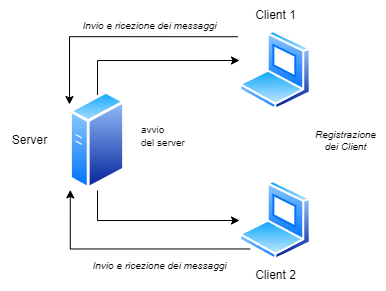
This is chat-client-server.drawio.png from elisayan/Chat-ClientServer-TCP, a draw.io export, as it was before one commit. Source tidied: cells renumbered, new cells last; positions are measured from the earlier drawing's top-left corner, leaving out a move shared by most shapes.
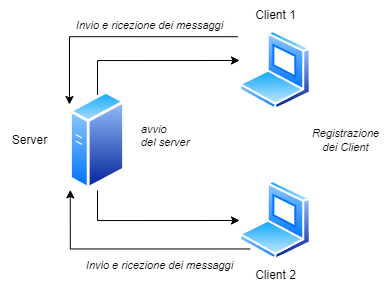
The same diagram one commit later.

The edit, as a diff of the source:
```diff
@@ -48,16 +48,16 @@
     <mxCell id="11" style="edgeStyle=orthogonalEdgeStyle;rounded=0;jettySize=auto;html=1;exitX=0;exitY=1;exitDx=0;exitDy=0;entryX=0.014;entryY=0.994;entryDx=0;entryDy=0;entryPerimeter=0;" parent="1" edge="1" source="7" target="4">
       <mxGeometry relative="1" as="geometry" />
     </mxCell>
-    <mxCell id="12" value="&lt;div style=&quot;font-size: 10px;&quot;&gt;&lt;span style=&quot;background-color: initial; font-size: 10px;&quot;&gt;Registrazione&lt;/span&gt;&lt;br style=&quot;font-size: 10px;&quot;&gt;&lt;/div&gt;&lt;div style=&quot;font-size: 10px;&quot;&gt;dei Client&lt;/div&gt;" style="text;html=1;align=center;verticalAlign=middle;strokeColor=none;fillColor=none;fontStyle=2;fontSize=10;" parent="1" vertex="1">
-      <mxGeometry x="306" y="120" width="80" height="40" as="geometry" />
+    <mxCell id="12" value="&lt;div style=&quot;font-size: 11px;&quot;&gt;&lt;font style=&quot;font-size: 11px;&quot;&gt;&lt;span style=&quot;background-color: initial;&quot;&gt;Registrazione&lt;/span&gt;&lt;br style=&quot;&quot;&gt;&lt;/font&gt;&lt;/div&gt;&lt;div style=&quot;font-size: 11px;&quot;&gt;&lt;font style=&quot;font-size: 11px;&quot;&gt;dei Client&lt;/font&gt;&lt;/div&gt;" style="text;html=1;align=center;verticalAlign=middle;strokeColor=none;fillColor=none;fontStyle=2;fontSize=10;" parent="1" vertex="1">
+      <mxGeometry x="301" y="120" width="90" height="40" as="geometry" />
     </mxCell>
-    <mxCell id="13" value="Invio e ricezione dei messaggi" style="text;html=1;align=center;verticalAlign=middle;strokeColor=none;fillColor=none;fontStyle=2;fontSize=10;" parent="1" vertex="1">
-      <mxGeometry x="70" y="10" width="160" height="30" as="geometry" />
+    <mxCell id="13" value="&lt;font style=&quot;font-size: 11px;&quot;&gt;Invio e ricezione dei messaggi&lt;/font&gt;" style="text;html=1;align=center;verticalAlign=middle;strokeColor=none;fillColor=none;fontStyle=2;fontSize=10;" parent="1" vertex="1">
+      <mxGeometry x="65" y="10" width="170" height="30" as="geometry" />
     </mxCell>
-    <mxCell id="14" value="Invio e ricezione dei messaggi" style="text;html=1;align=center;verticalAlign=middle;strokeColor=none;fillColor=none;fontStyle=2;fontSize=10;" parent="1" vertex="1">
-      <mxGeometry x="80" y="250" width="160" height="30" as="geometry" />
+    <mxCell id="14" value="&lt;font style=&quot;font-size: 11px;&quot;&gt;Invio e ricezione dei messaggi&lt;/font&gt;" style="text;html=1;align=center;verticalAlign=middle;strokeColor=none;fillColor=none;fontStyle=2;fontSize=10;" parent="1" vertex="1">
+      <mxGeometry x="75" y="250" width="170" height="30" as="geometry" />
     </mxCell>
-    <mxCell id="15" value="&lt;font style=&quot;font-size: 10px;&quot;&gt;avvio&amp;nbsp;&lt;/font&gt;&lt;div style=&quot;font-size: 10px;&quot;&gt;del server&lt;/div&gt;" style="text;html=1;align=left;verticalAlign=middle;strokeColor=none;fillColor=none;" parent="1" vertex="1">
+    <mxCell id="15" value="&lt;font style=&quot;font-size: 11px;&quot;&gt;&lt;i style=&quot;&quot;&gt;avvio&amp;nbsp;&lt;/i&gt;&lt;/font&gt;&lt;div style=&quot;font-size: 11px;&quot;&gt;&lt;i style=&quot;&quot;&gt;&lt;font style=&quot;font-size: 11px;&quot;&gt;del server&lt;/font&gt;&lt;/i&gt;&lt;/div&gt;" style="text;html=1;align=left;verticalAlign=middle;strokeColor=none;fillColor=none;" parent="1" vertex="1">
       <mxGeometry x="140" y="115" width="70" height="40" as="geometry" />
     </mxCell>
   </root>
```
